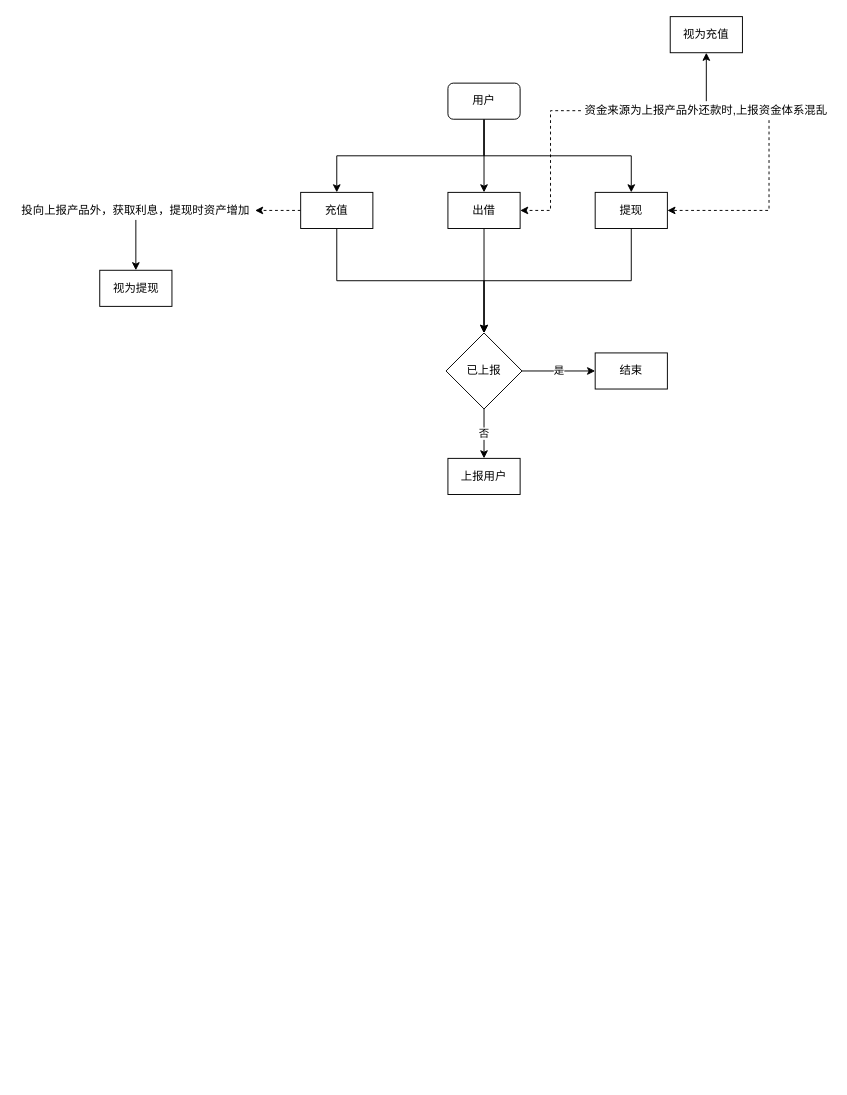
Before: 上报流程.drawio in yiuked/diagram, a draw.io diagram. Source tidied: cells renumbered, new cells numbered last; positions are measured from the earlier drawing's top-left corner, leaving out a move shared by most shapes. Both pictures are drawn from the tidied source at 95%, with x=0, y=0 at pixel (16, 16).
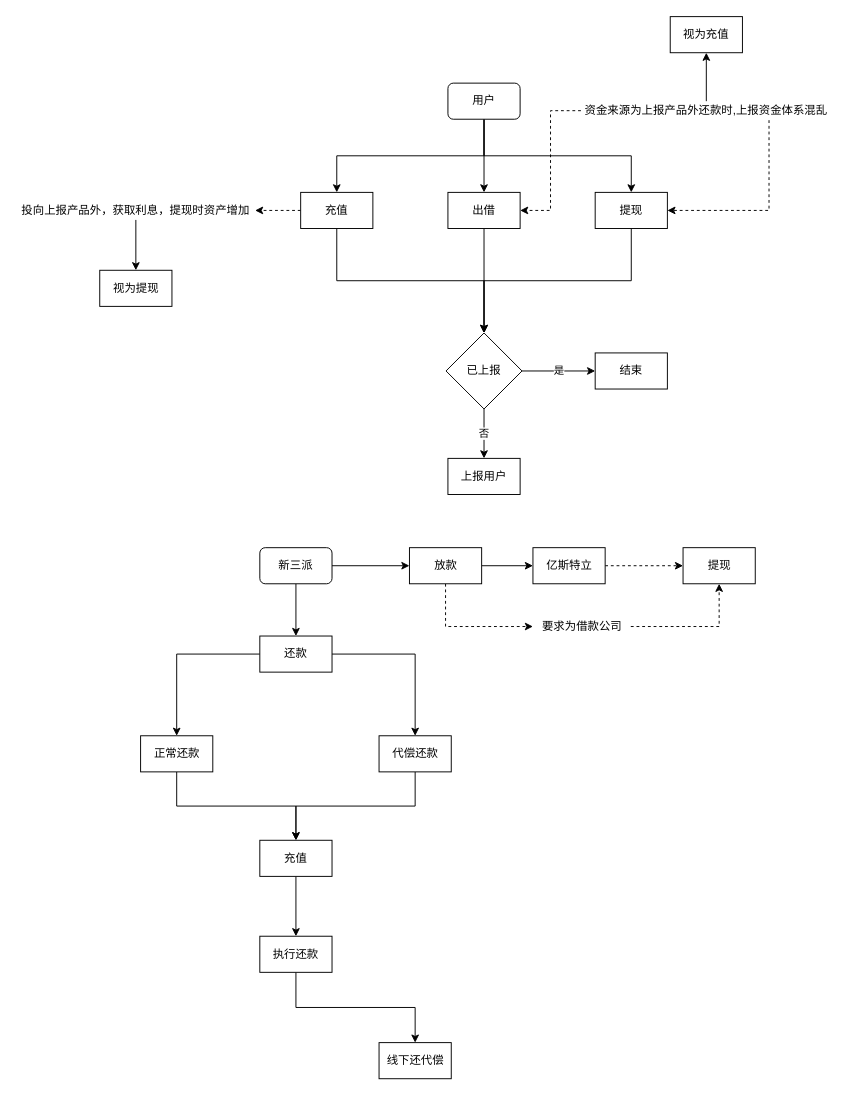
The same diagram, later.

Commit message (it also covers changes not shown here):
更新上报流程.drawio

The edit, as a diff of the source:
```diff
@@
+    <mxCell id="26" style="edgeStyle=orthogonalEdgeStyle;rounded=0;jettySize=auto;html=1;exitX=1;exitY=0.5;exitDx=0;exitDy=0;" parent="1" edge="1" source="28" target="31">
+      <mxGeometry relative="1" as="geometry" />
+    </mxCell>
+    <mxCell id="27" style="edgeStyle=orthogonalEdgeStyle;rounded=0;jettySize=auto;html=1;exitX=0.5;exitY=1;exitDx=0;exitDy=0;" parent="1" edge="1" source="28" target="39">
+      <mxGeometry relative="1" as="geometry" />
+    </mxCell>
+    <mxCell id="28" value="新三派" style="rounded=1;whiteSpace=wrap;html=1;" parent="1" vertex="1">
+      <mxGeometry x="256" y="559" width="76" height="38" as="geometry" />
+    </mxCell>
+    <mxCell id="29" style="edgeStyle=orthogonalEdgeStyle;rounded=0;jettySize=auto;html=1;exitX=1;exitY=0.5;exitDx=0;exitDy=0;" parent="1" edge="1" source="31" target="33">
+      <mxGeometry relative="1" as="geometry" />
+    </mxCell>
+    <mxCell id="30" style="edgeStyle=orthogonalEdgeStyle;rounded=0;jettySize=auto;html=1;exitX=0.5;exitY=1;exitDx=0;exitDy=0;entryX=0;entryY=0.5;entryDx=0;entryDy=0;dashed=1;" parent="1" edge="1" source="31" target="35">
+      <mxGeometry relative="1" as="geometry" />
+    </mxCell>
+    <mxCell id="31" value="放款" style="rounded=0;whiteSpace=wrap;html=1;" parent="1" vertex="1">
+      <mxGeometry x="413.5" y="559" width="76" height="38" as="geometry" />
+    </mxCell>
+    <mxCell id="32" style="edgeStyle=orthogonalEdgeStyle;rounded=0;jettySize=auto;html=1;exitX=1;exitY=0.5;exitDx=0;exitDy=0;dashed=1;" parent="1" edge="1" source="33" target="36">
+      <mxGeometry relative="1" as="geometry" />
+    </mxCell>
+    <mxCell id="33" value="&lt;span&gt;亿斯特立&lt;/span&gt;" style="rounded=0;whiteSpace=wrap;html=1;" parent="1" vertex="1">
+      <mxGeometry x="543.5" y="559" width="76" height="38" as="geometry" />
+    </mxCell>
+    <mxCell id="34" style="edgeStyle=orthogonalEdgeStyle;rounded=0;jettySize=auto;html=1;exitX=1;exitY=0.5;exitDx=0;exitDy=0;entryX=0.5;entryY=1;entryDx=0;entryDy=0;dashed=1;" parent="1" edge="1" source="35" target="36">
+      <mxGeometry relative="1" as="geometry" />
+    </mxCell>
+    <mxCell id="35" value="要求为借款公司" style="text;html=1;strokeColor=none;fillColor=none;align=center;verticalAlign=middle;whiteSpace=wrap;rounded=0;" parent="1" vertex="1">
+      <mxGeometry x="543.5" y="632" width="103" height="20" as="geometry" />
+    </mxCell>
+    <mxCell id="36" value="&lt;span&gt;提现&lt;/span&gt;" style="rounded=0;whiteSpace=wrap;html=1;" parent="1" vertex="1">
+      <mxGeometry x="701.5" y="559" width="76" height="38" as="geometry" />
+    </mxCell>
+    <mxCell id="37" style="edgeStyle=orthogonalEdgeStyle;rounded=0;jettySize=auto;html=1;exitX=0;exitY=0.5;exitDx=0;exitDy=0;" parent="1" edge="1" source="39" target="41">
+      <mxGeometry relative="1" as="geometry" />
+    </mxCell>
+    <mxCell id="38" style="edgeStyle=orthogonalEdgeStyle;rounded=0;jettySize=auto;html=1;exitX=1;exitY=0.5;exitDx=0;exitDy=0;" parent="1" edge="1" source="39" target="43">
+      <mxGeometry relative="1" as="geometry" />
+    </mxCell>
+    <mxCell id="39" value="还款" style="rounded=0;whiteSpace=wrap;html=1;" parent="1" vertex="1">
+      <mxGeometry x="256" y="652" width="76" height="38" as="geometry" />
+    </mxCell>
+    <mxCell id="40" style="edgeStyle=orthogonalEdgeStyle;rounded=0;jettySize=auto;html=1;exitX=0.5;exitY=1;exitDx=0;exitDy=0;" parent="1" edge="1" source="41" target="45">
+      <mxGeometry relative="1" as="geometry" />
+    </mxCell>
+    <mxCell id="41" value="正常还款" style="rounded=0;whiteSpace=wrap;html=1;" parent="1" vertex="1">
+      <mxGeometry x="130.5" y="757" width="76" height="38" as="geometry" />
+    </mxCell>
+    <mxCell id="42" style="edgeStyle=orthogonalEdgeStyle;rounded=0;jettySize=auto;html=1;exitX=0.5;exitY=1;exitDx=0;exitDy=0;entryX=0.5;entryY=0;entryDx=0;entryDy=0;" parent="1" edge="1" source="43" target="45">
+      <mxGeometry relative="1" as="geometry" />
+    </mxCell>
+    <mxCell id="43" value="代偿还款" style="rounded=0;whiteSpace=wrap;html=1;" parent="1" vertex="1">
+      <mxGeometry x="381.5" y="757" width="76" height="38" as="geometry" />
+    </mxCell>
+    <mxCell id="44" style="edgeStyle=orthogonalEdgeStyle;rounded=0;jettySize=auto;html=1;exitX=0.5;exitY=1;exitDx=0;exitDy=0;" parent="1" edge="1" source="45" target="47">
+      <mxGeometry relative="1" as="geometry" />
+    </mxCell>
+    <mxCell id="45" value="充值" style="rounded=0;whiteSpace=wrap;html=1;" parent="1" vertex="1">
+      <mxGeometry x="256" y="867" width="76" height="38" as="geometry" />
+    </mxCell>
+    <mxCell id="46" style="edgeStyle=orthogonalEdgeStyle;rounded=0;jettySize=auto;html=1;exitX=0.5;exitY=1;exitDx=0;exitDy=0;" parent="1" edge="1" source="47" target="48">
+      <mxGeometry relative="1" as="geometry" />
+    </mxCell>
+    <mxCell id="47" value="执行还款" style="rounded=0;whiteSpace=wrap;html=1;" parent="1" vertex="1">
+      <mxGeometry x="256" y="968" width="76" height="38" as="geometry" />
+    </mxCell>
+    <mxCell id="48" value="线下还代偿" style="rounded=0;whiteSpace=wrap;html=1;" parent="1" vertex="1">
+      <mxGeometry x="381.5" y="1080" width="76" height="38" as="geometry" />
+    </mxCell>
```
